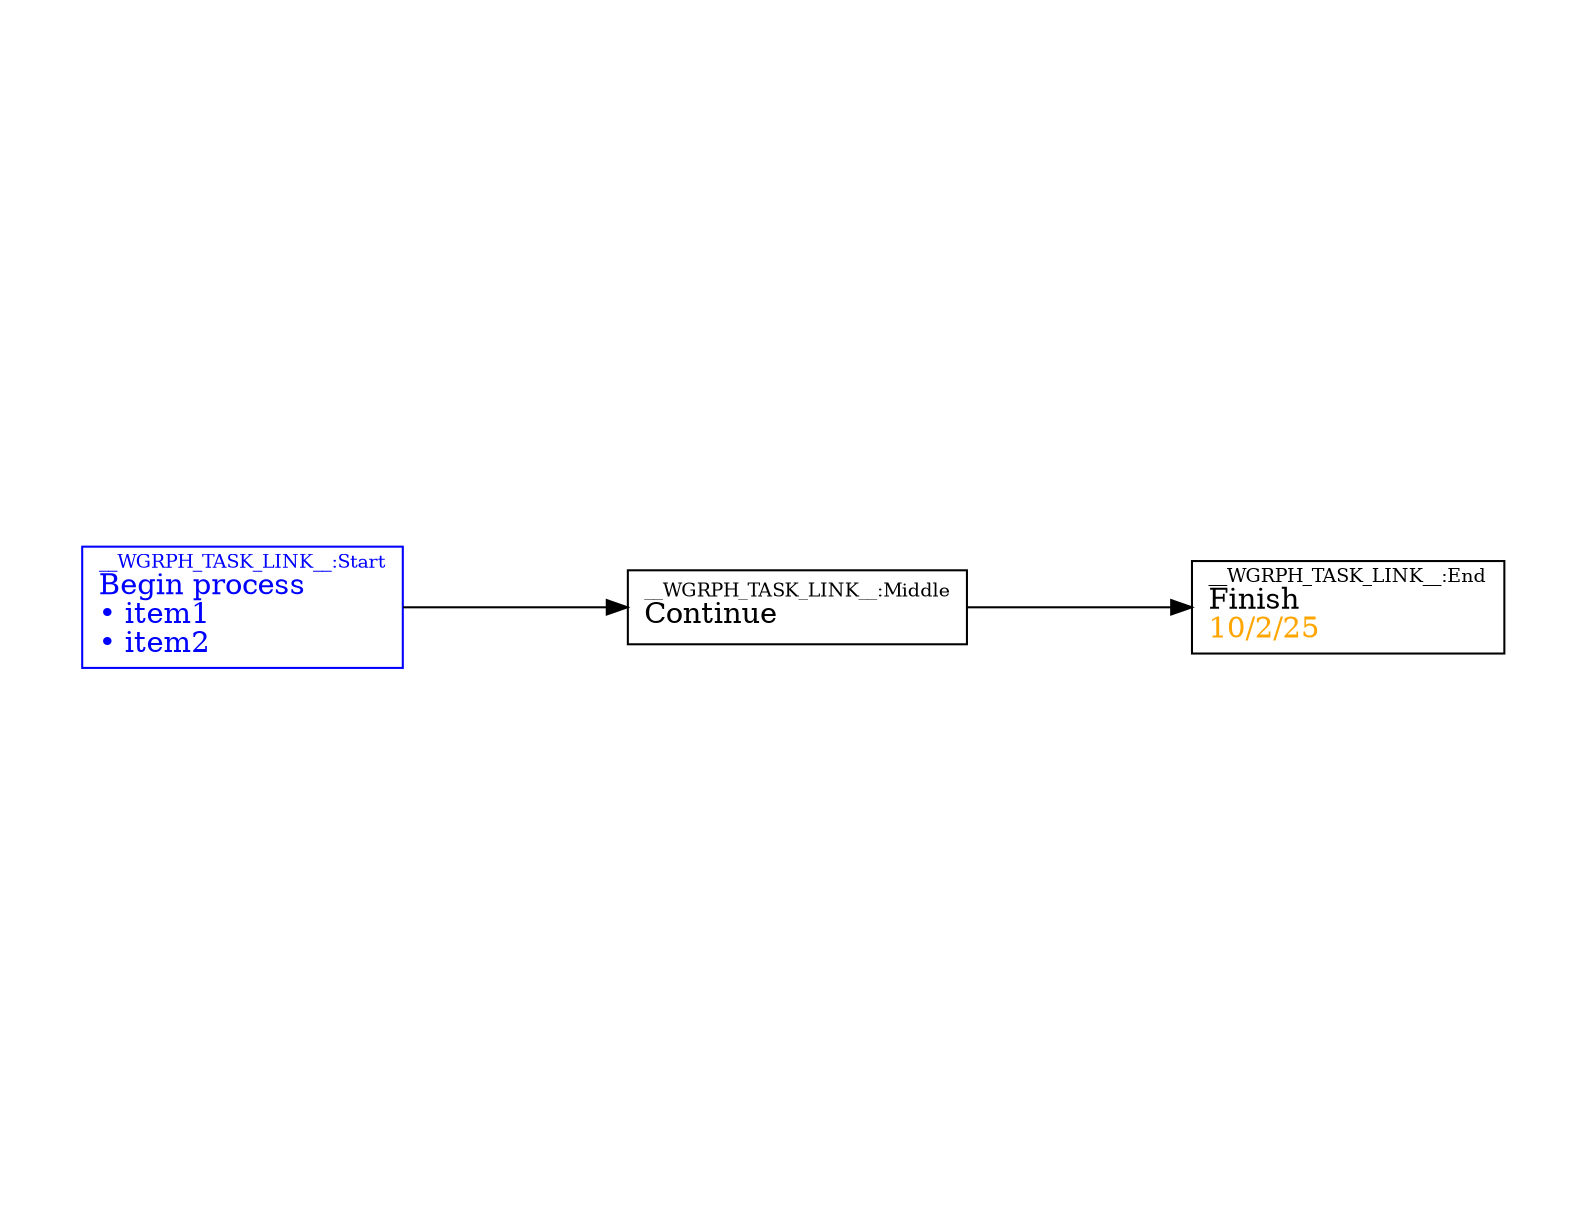
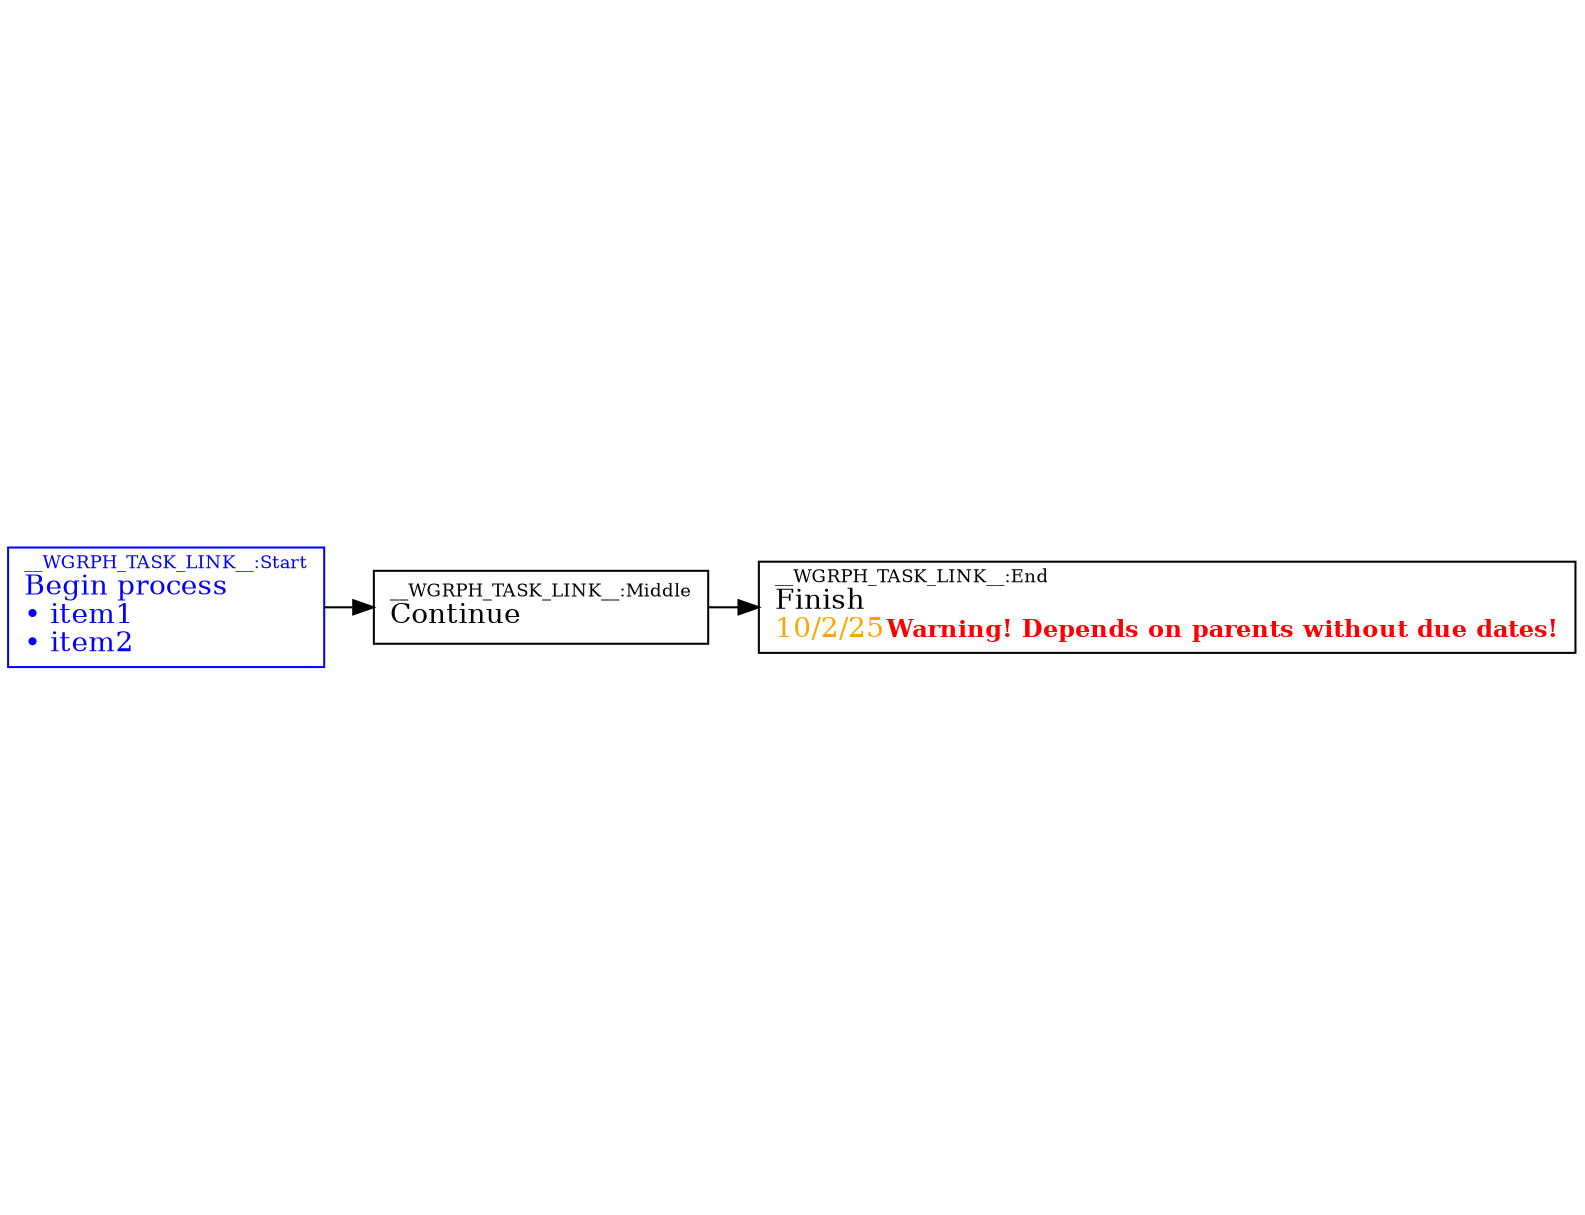
digraph G {
    graph [
        rankdir=LR,
        size="10.6,8.1!",   // ~11x8.5 minus margins, excl gives exact        margin=0.20,
        ratio=fill,
        splines=true,
        concentrate=true,
        center=true,
        nodesep=0.25,
        ranksep=0.35
    ];
    node [shape=box,width=0.5];
    subgraph group1 {
        node [color=blue, fontcolor=blue];
        Start [label=<<font point-size="9">__WGRPH_TASK_LINK__:Start</font><br align="left"/>Begin process
<br align="left"/>
• item1
<br align="left"/>
• item2
<br align="left"/>>];
    };
    Middle [label=<<font point-size="9">__WGRPH_TASK_LINK__:Middle</font><br align="left"/>Continue
<br align="left"/>>];
    End [label=<<font point-size="9">__WGRPH_TASK_LINK__:End</font><br align="left"/>Finish
<br align="left"/>
<font color="orange">10/2/25</font>
+ <font color="red"><font point-size="12"><b>Warning! Depends on parents without due dates!</b></font></font>
<br align="left"/>>];
    Start -> Middle;
    Middle -> End;
}
